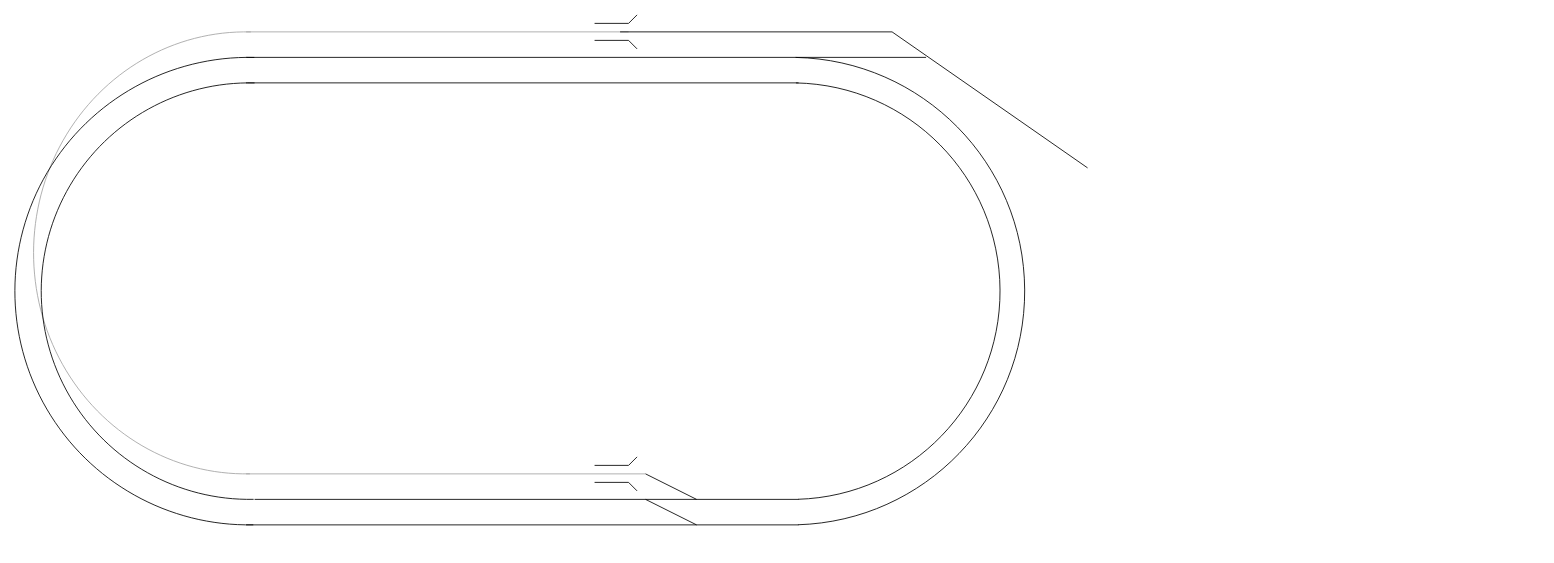
TijnVer/MarklinServoWissel keeps this draw.io diagram as Plattegrond.drawio. Above is the earlier version. Source tidied: cells renumbered, new cells numbered last; positions are measured from the earlier drawing's top-left corner, leaving out a move shared by most shapes. Both pictures are drawn from the tidied source at 85%, with x=0, y=0 at pixel (14, 14).
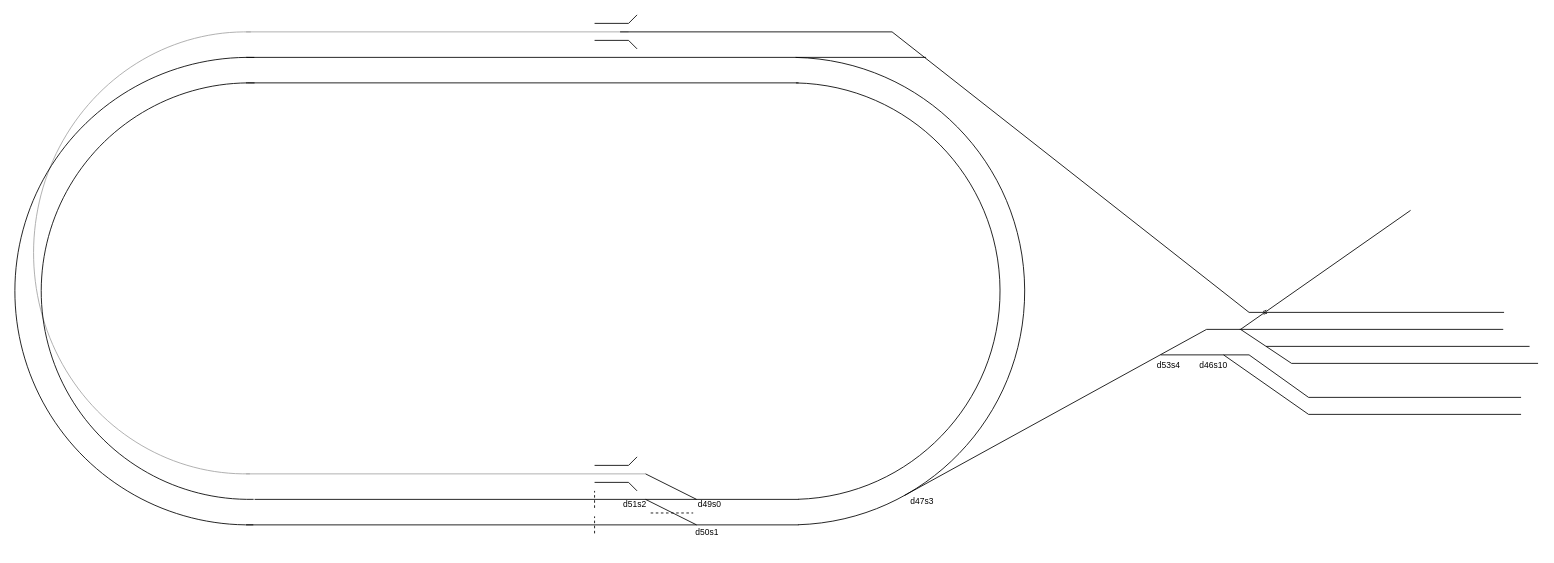
After the change.

Commit message:
yeah wissels erbij

The change refers to these unchanged cells:
```xml
<mxCell id="18" style="group;direction=north;flipV=1;" parent="1" vertex="1">
  <mxGeometry x="638" y="50" width="550" height="550" as="geometry" />
</mxCell>
<mxCell id="19" style="verticalLabelPosition=bottom;verticalAlign=top;html=1;shape=mxgraph.basic.arc;startAngle=0.0031826745504863986;endAngle=0.4952267833287348;" parent="18" vertex="1">
  <mxGeometry width="550" height="550" as="geometry" />
</mxCell>
```

The edit, as a diff of the source:
```diff
@@
+    <mxCell id="22" style="endArrow=none;dashed=1;html=1;rounded=0;" parent="18" edge="1">
+      <mxGeometry relative="1" as="geometry">
+        <mxPoint x="110" y="536" as="sourcePoint" />
+        <mxPoint x="160" y="536" as="targetPoint" />
+      </mxGeometry>
+    </mxCell>
+    <mxCell id="23" style="endArrow=none;dashed=1;html=1;rounded=0;" parent="18" edge="1">
+      <mxGeometry relative="1" as="geometry">
+        <mxPoint x="44" y="530" as="sourcePoint" />
+        <mxPoint x="44" y="510" as="targetPoint" />
+      </mxGeometry>
+    </mxCell>
+    <mxCell id="24" value="d51s2" style="text;whiteSpace=wrap;fontSize=10;" parent="18" vertex="1">
+      <mxGeometry x="76" y="514" width="70" height="20" as="geometry" />
+    </mxCell>
+    <mxCell id="25" value="d49s0" style="text;whiteSpace=wrap;fontSize=10;" parent="18" vertex="1">
+      <mxGeometry x="164" y="514" width="70" height="20" as="geometry" />
+    </mxCell>
+    <mxCell id="26" value="d47s3&#10;&#10;" style="text;whiteSpace=wrap;fontSize=10;" parent="18" vertex="1">
+      <mxGeometry x="414" y="510" width="70" height="20" as="geometry" />
+    </mxCell>
     <mxCell id="21" style="edgeStyle=none;orthogonalLoop=1;jettySize=auto;html=1;rounded=0;endArrow=none;endFill=0;" parent="1" edge="1">
       <mxGeometry relative="1" as="geometry">
         <mxPoint x="712" y="20" as="sourcePoint" />
-        <mxPoint x="1262" y="180" as="targetPoint" />
+        <mxPoint x="1752" y="350" as="targetPoint" />
         <Array as="points">
           <mxPoint x="1032" y="20" />
+          <mxPoint x="1452" y="350" />
         </Array>
       </mxGeometry>
     </mxCell>
+    <mxCell id="27" style="endArrow=none;dashed=1;html=1;rounded=0;" parent="1" edge="1">
+      <mxGeometry relative="1" as="geometry">
+        <mxPoint x="682" y="610" as="sourcePoint" />
+        <mxPoint x="682" y="590" as="targetPoint" />
+      </mxGeometry>
+    </mxCell>
+    <mxCell id="28" value="d50s1&#10;" style="text;whiteSpace=wrap;fontSize=10;" parent="1" vertex="1">
+      <mxGeometry x="799" y="596" width="70" height="20" as="geometry" />
+    </mxCell>
+    <mxCell id="29" style="endArrow=none;html=1;rounded=0;exitX=0.743;exitY=0.937;exitDx=0;exitDy=0;exitPerimeter=0;" parent="1" edge="1" source="19">
+      <mxGeometry relative="1" as="geometry">
+        <mxPoint x="1642" y="230" as="targetPoint" />
+        <Array as="points">
+          <mxPoint x="1402" y="370" />
+          <mxPoint x="1442" y="370" />
+        </Array>
+      </mxGeometry>
+    </mxCell>
+    <mxCell id="30" style="endArrow=none;html=1;rounded=0;" parent="1" edge="1">
+      <mxGeometry relative="1" as="geometry">
+        <mxPoint x="1348" y="400" as="sourcePoint" />
+        <mxPoint x="1772" y="450" as="targetPoint" />
+        <Array as="points">
+          <mxPoint x="1452" y="400" />
+          <mxPoint x="1522" y="450" />
+        </Array>
+      </mxGeometry>
+    </mxCell>
+    <mxCell id="31" value="d53s4&#10;&#10;" style="text;whiteSpace=wrap;fontSize=10;" parent="1" vertex="1">
+      <mxGeometry x="1342" y="400" width="70" height="20" as="geometry" />
+    </mxCell>
+    <mxCell id="32" style="endArrow=none;html=1;rounded=0;" parent="1" edge="1">
+      <mxGeometry relative="1" as="geometry">
+        <mxPoint x="1422" y="400" as="sourcePoint" />
+        <mxPoint x="1772" y="470" as="targetPoint" />
+        <Array as="points">
+          <mxPoint x="1522" y="470" />
+        </Array>
+      </mxGeometry>
+    </mxCell>
+    <mxCell id="33" value="d46s10&#10;&#10;" style="text;whiteSpace=wrap;fontSize=10;" parent="1" vertex="1">
+      <mxGeometry x="1392" y="400" width="70" height="20" as="geometry" />
+    </mxCell>
+    <mxCell id="34" style="endArrow=none;html=1;rounded=0;" parent="1" edge="1">
+      <mxGeometry relative="1" as="geometry">
+        <mxPoint x="1442" y="370" as="sourcePoint" />
+        <mxPoint x="1792" y="410" as="targetPoint" />
+        <Array as="points">
+          <mxPoint x="1502" y="410" />
+        </Array>
+      </mxGeometry>
+    </mxCell>
+    <mxCell id="35" style="endArrow=none;html=1;rounded=0;" parent="1" edge="1">
+      <mxGeometry relative="1" as="geometry">
+        <mxPoint x="1472" y="390" as="sourcePoint" />
+        <mxPoint x="1782" y="390" as="targetPoint" />
+      </mxGeometry>
+    </mxCell>
+    <mxCell id="36" style="endArrow=none;html=1;rounded=0;" parent="1" edge="1">
+      <mxGeometry relative="1" as="geometry">
+        <mxPoint x="1441" y="370" as="sourcePoint" />
+        <mxPoint x="1751" y="370" as="targetPoint" />
+      </mxGeometry>
+    </mxCell>
+    <mxCell id="37" style="verticalLabelPosition=bottom;verticalAlign=top;html=1;shape=mxgraph.basic.arc;startAngle=0.9203968959540052;endAngle=0.9870365045237806;" parent="1" vertex="1">
+      <mxGeometry x="1464" y="351" width="20" height="20" as="geometry" />
+    </mxCell>
+    <mxCell id="38" style="verticalLabelPosition=bottom;verticalAlign=top;html=1;shape=mxgraph.basic.arc;startAngle=0.41177922198663114;endAngle=0.4758271561390367;" parent="1" vertex="1">
+      <mxGeometry x="1457" y="328" width="20" height="21" as="geometry" />
+    </mxCell>
```
